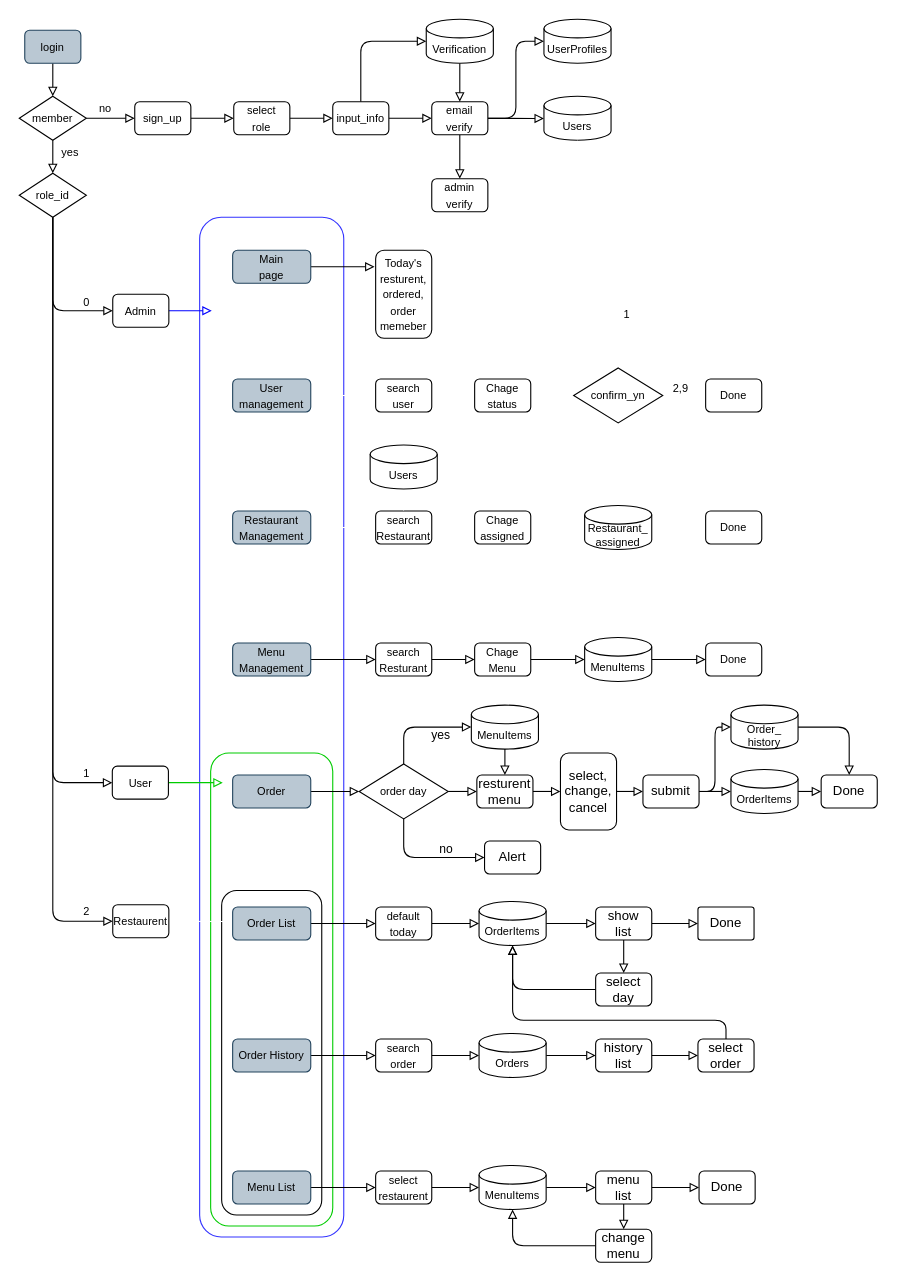
Seonjeongwan/SEONSHINE keeps this draw.io diagram as page "all" (1 of 4) of project_info/Service_flow/service_flow_login.drawio. Above is the earlier version. Source tidied: cells renumbered, new cells numbered last; positions are measured from the earlier drawing's top-left corner, leaving out a move shared by most shapes. Both pictures are drawn from the tidied source at 110%, with x=0, y=0 at pixel (19, 19).
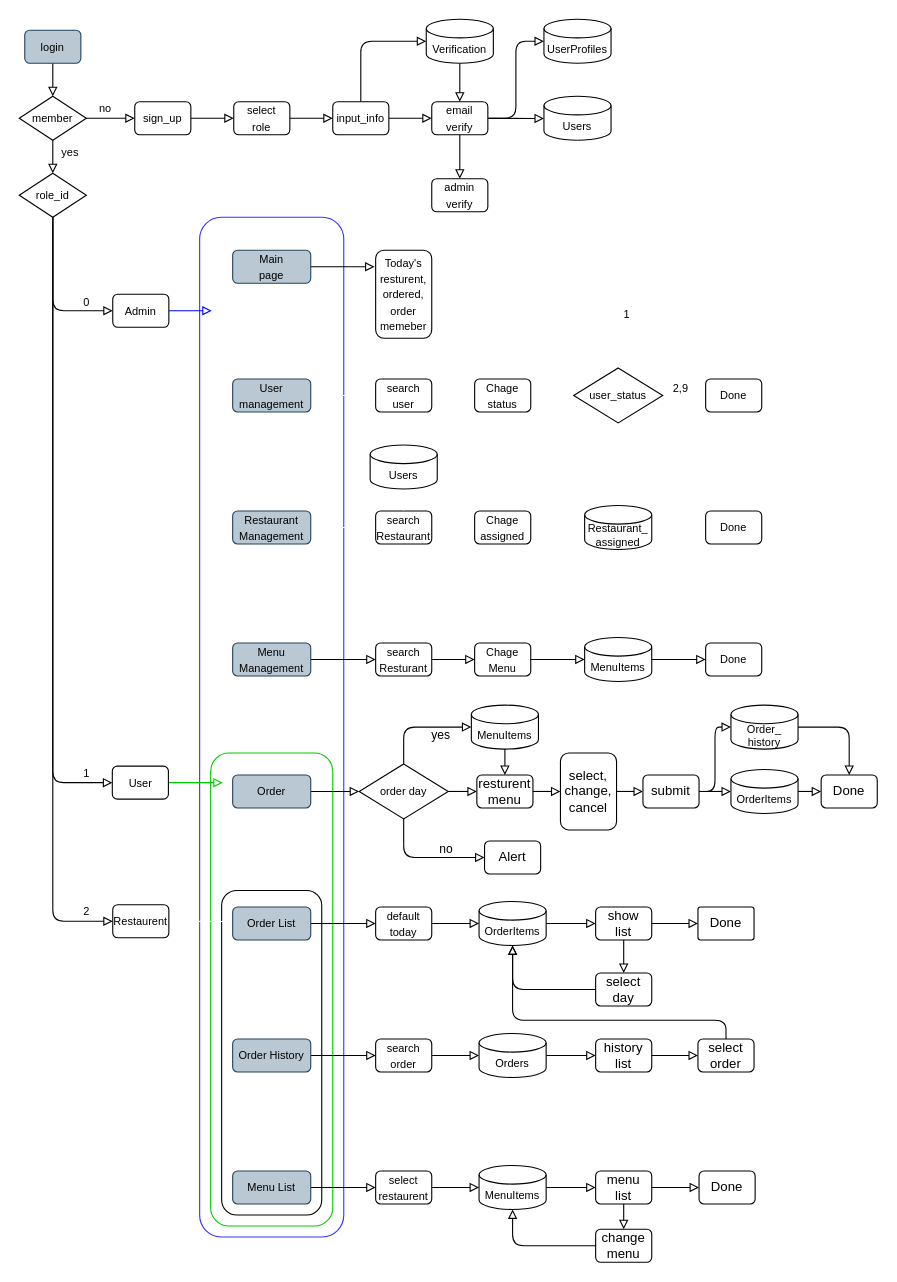
Above is the later version.

What changed in the source:
```diff
@@
-    <mxCell id="62" value="&lt;p style=&quot;line-height: 120%;&quot;&gt;confirm_yn&lt;/p&gt;" style="rhombus;whiteSpace=wrap;html=1;fontSize=10;" parent="1" vertex="1">
+    <mxCell id="62" value="&lt;p style=&quot;line-height: 120%;&quot;&gt;user_status&lt;/p&gt;" style="rhombus;whiteSpace=wrap;html=1;fontSize=10;" parent="1" vertex="1">
       <mxGeometry x="504" y="317" width="81" height="50" as="geometry" />
     </mxCell>
```
